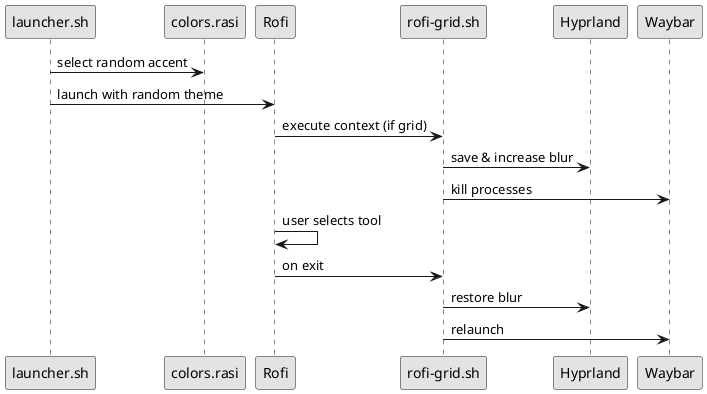
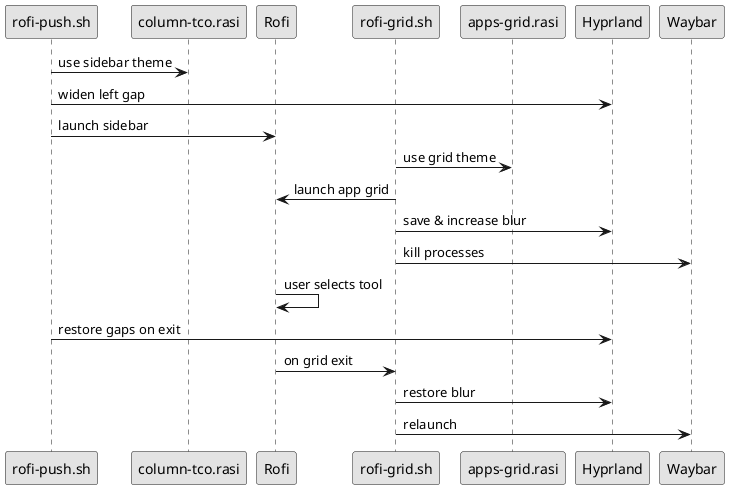
@startuml rofi-launcher-flow
skinparam monochrome true
- participant "launcher.sh" as Launcher
- participant "colors.rasi" as Colors
+ participant "rofi-push.sh" as Push
+ participant "column-tco.rasi" as Column
participant Rofi
participant "rofi-grid.sh" as Grid
+ participant "apps-grid.rasi" as GridTheme
participant Hyprland
participant Waybar

- Launcher -> Colors : select random accent
- Launcher -> Rofi : launch with random theme
- Rofi -> Grid : execute context (if grid)
+ Push -> Column : use sidebar theme
+ Push -> Hyprland : widen left gap
+ Push -> Rofi : launch sidebar
+ Grid -> GridTheme : use grid theme
+ Grid -> Rofi : launch app grid
Grid -> Hyprland : save & increase blur
Grid -> Waybar : kill processes
Rofi -> Rofi : user selects tool
- Rofi -> Grid : on exit
+ Push -> Hyprland : restore gaps on exit
+ Rofi -> Grid : on grid exit
Grid -> Hyprland : restore blur
Grid -> Waybar : relaunch
@enduml
